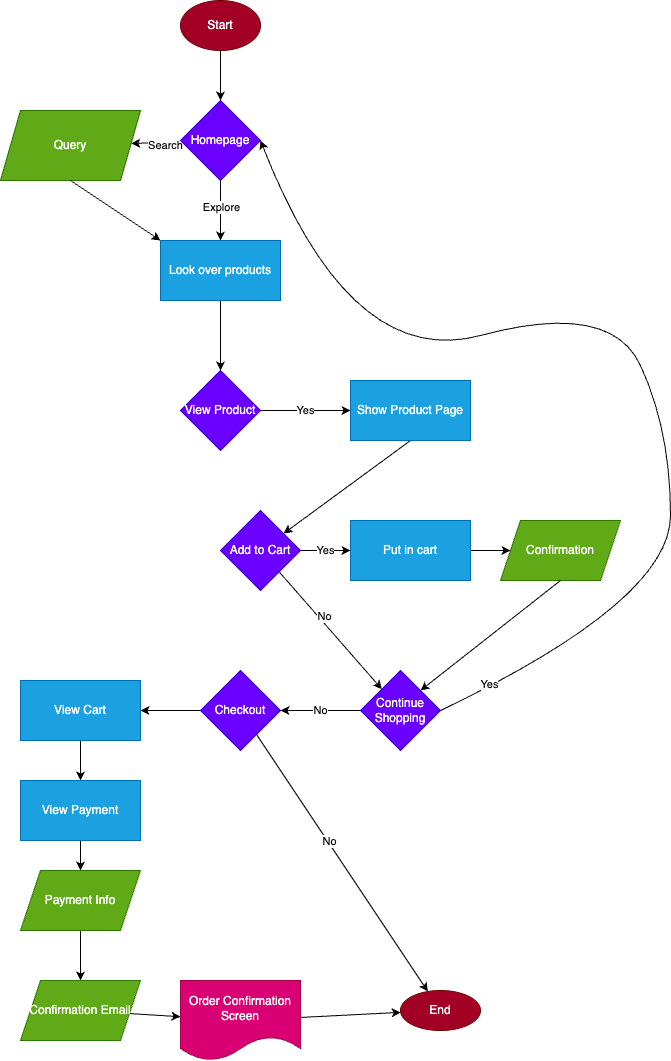
This is explore/diagramming/diagram.drawio.png from davidwcode/sp24-cse110-lab4, a draw.io export, as it was before one commit. Source tidied: cells renumbered, new cells last; positions are measured from the earlier drawing's top-left corner, leaving out a move shared by most shapes.
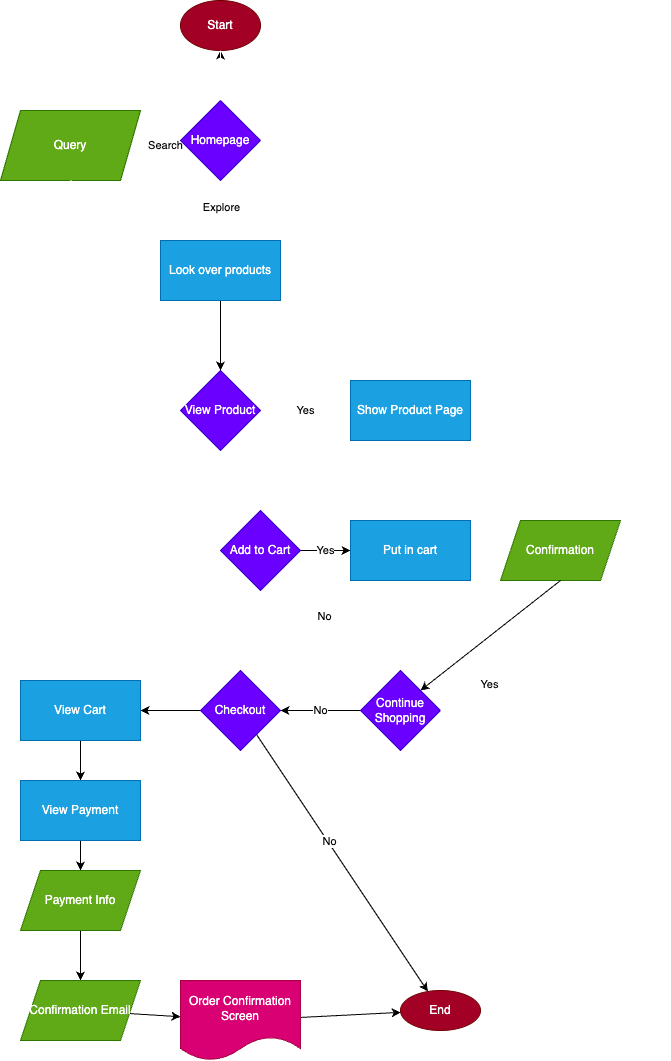
After the commit.

Commit message:
tried to make arrows more clear

The edit, as a diff of the source:
```diff
@@ -5,22 +5,25 @@
     <mxCell id="2" value="Start" style="ellipse;whiteSpace=wrap;html=1;fillColor=#a20025;fontColor=#ffffff;strokeColor=#6F0000;" parent="1" vertex="1">
       <mxGeometry x="180" width="80" height="50" as="geometry" />
     </mxCell>
-    <mxCell id="3" style="edgeStyle=none;html=1;" parent="1" edge="1" source="7" target="9">
+    <mxCell id="3" style="edgeStyle=none;html=1;fillColor=#f5f5f5;strokeColor=#FFFFFF;" parent="1" edge="1" source="7" target="9">
       <mxGeometry relative="1" as="geometry" />
     </mxCell>
     <mxCell id="4" value="Search" style="edgeLabel;html=1;align=center;verticalAlign=middle;" parent="3" vertex="1">
       <mxGeometry x="-0.31" y="2" relative="1" as="geometry" />
     </mxCell>
-    <mxCell id="5" style="edgeStyle=none;html=1;" parent="1" edge="1" source="7" target="11">
+    <mxCell id="5" style="edgeStyle=none;html=1;fillColor=#f5f5f5;strokeColor=#FFFFFF;gradientColor=#b3b3b3;" parent="1" edge="1" source="7" target="11">
       <mxGeometry relative="1" as="geometry" />
     </mxCell>
     <mxCell id="6" value="Explore" style="edgeLabel;html=1;align=center;verticalAlign=middle;" parent="5" vertex="1">
       <mxGeometry x="-0.13" relative="1" as="geometry" />
     </mxCell>
+    <mxCell id="44" style="edgeStyle=none;html=1;" parent="1" edge="1" source="7" target="2">
+      <mxGeometry relative="1" as="geometry" />
+    </mxCell>
     <mxCell id="7" value="Homepage" style="rhombus;whiteSpace=wrap;html=1;fillColor=#6a00ff;fontColor=#ffffff;strokeColor=#3700CC;" parent="1" vertex="1">
       <mxGeometry x="180" y="100" width="80" height="80" as="geometry" />
     </mxCell>
-    <mxCell id="8" style="endArrow=classic;html=1;exitX=0.5;exitY=1;exitDx=0;exitDy=0;entryX=0.5;entryY=0;entryDx=0;entryDy=0;" parent="1" edge="1" source="2">
+    <mxCell id="8" style="endArrow=classic;html=1;exitX=0.5;exitY=1;exitDx=0;exitDy=0;entryX=0.5;entryY=0;entryDx=0;entryDy=0;fillColor=#f5f5f5;strokeColor=#FFFFFF;" parent="1" edge="1" source="2">
       <mxGeometry relative="1" as="geometry">
         <mxPoint x="220" y="100" as="targetPoint" />
       </mxGeometry>
@@ -34,10 +37,10 @@
     <mxCell id="11" value="Look over products" style="rounded=0;whiteSpace=wrap;html=1;fillColor=#1ba1e2;fontColor=#ffffff;strokeColor=#006EAF;" parent="1" vertex="1">
       <mxGeometry x="160" y="240" width="120" height="60" as="geometry" />
     </mxCell>
-    <mxCell id="12" style="endArrow=classic;html=1;exitX=0.5;exitY=1;exitDx=0;exitDy=0;entryX=0;entryY=0;entryDx=0;entryDy=0;" parent="1" edge="1" source="9" target="11">
+    <mxCell id="12" style="endArrow=classic;html=1;exitX=0.5;exitY=1;exitDx=0;exitDy=0;entryX=0;entryY=0;entryDx=0;entryDy=0;fillColor=#f5f5f5;strokeColor=#FFFFFF;" parent="1" edge="1" source="9" target="11">
       <mxGeometry relative="1" as="geometry" />
     </mxCell>
-    <mxCell id="13" value="Yes" style="edgeStyle=none;html=1;" parent="1" edge="1" source="14">
+    <mxCell id="13" value="Yes" style="edgeStyle=none;html=1;strokeColor=#FFFFFF;" parent="1" edge="1" source="14">
       <mxGeometry relative="1" as="geometry">
         <mxPoint x="350" y="410" as="targetPoint" />
       </mxGeometry>
@@ -45,13 +48,13 @@
     <mxCell id="14" value="View Product" style="rhombus;whiteSpace=wrap;html=1;rounded=0;fillColor=#6a00ff;fontColor=#ffffff;strokeColor=#3700CC;" parent="1" vertex="1">
       <mxGeometry x="180" y="370" width="80" height="80" as="geometry" />
     </mxCell>
-    <mxCell id="15" style="edgeStyle=none;html=1;exitX=0.5;exitY=1;exitDx=0;exitDy=0;" parent="1" edge="1" source="31" target="19">
+    <mxCell id="15" style="edgeStyle=none;html=1;exitX=0.5;exitY=1;exitDx=0;exitDy=0;strokeColor=#FFFFFF;" parent="1" edge="1" source="31" target="19">
       <mxGeometry relative="1" as="geometry" />
     </mxCell>
     <mxCell id="16" value="Yes" style="edgeStyle=none;html=1;" parent="1" edge="1" source="19" target="37">
       <mxGeometry relative="1" as="geometry" />
     </mxCell>
-    <mxCell id="17" style="edgeStyle=none;html=1;" parent="1" edge="1" source="19" target="22">
+    <mxCell id="17" style="edgeStyle=none;html=1;strokeColor=#FFFFFF;" parent="1" edge="1" source="19" target="22">
       <mxGeometry relative="1" as="geometry" />
     </mxCell>
     <mxCell id="18" value="No" style="edgeLabel;html=1;align=center;verticalAlign=middle;" parent="17" vertex="1">
@@ -72,7 +75,7 @@
     <mxCell id="23" style="endArrow=classic;html=1;entryX=1;entryY=0;entryDx=0;entryDy=0;exitX=0.5;exitY=1;exitDx=0;exitDy=0;" parent="1" edge="1" source="20" target="22">
       <mxGeometry relative="1" as="geometry" />
     </mxCell>
-    <mxCell id="24" style="curved=1;endArrow=classic;html=1;entryX=1;entryY=0.5;entryDx=0;entryDy=0;exitX=1;exitY=0.5;exitDx=0;exitDy=0;" parent="1" edge="1" source="22" target="7">
+    <mxCell id="24" style="curved=1;endArrow=classic;html=1;entryX=1;entryY=0.5;entryDx=0;entryDy=0;exitX=1;exitY=0.5;exitDx=0;exitDy=0;fillColor=#f5f5f5;strokeColor=#FFFFFF;" parent="1" edge="1" source="22" target="7">
       <mxGeometry relative="1" as="geometry">
         <Array as="points">
           <mxPoint x="670" y="600" />
@@ -115,7 +118,7 @@
     <mxCell id="35" value="View Payment" style="whiteSpace=wrap;html=1;fillColor=#1ba1e2;fontColor=#ffffff;strokeColor=#006EAF;" parent="1" vertex="1">
       <mxGeometry x="20" y="780" width="120" height="60" as="geometry" />
     </mxCell>
-    <mxCell id="36" style="edgeStyle=none;html=1;" parent="1" edge="1" source="37" target="20">
+    <mxCell id="36" style="edgeStyle=none;html=1;strokeColor=#FFFFFF;" parent="1" edge="1" source="37" target="20">
       <mxGeometry relative="1" as="geometry" />
     </mxCell>
     <mxCell id="37" value="Put in cart" style="rounded=0;whiteSpace=wrap;html=1;fillColor=#1ba1e2;fontColor=#ffffff;strokeColor=#006EAF;" parent="1" vertex="1">
```
